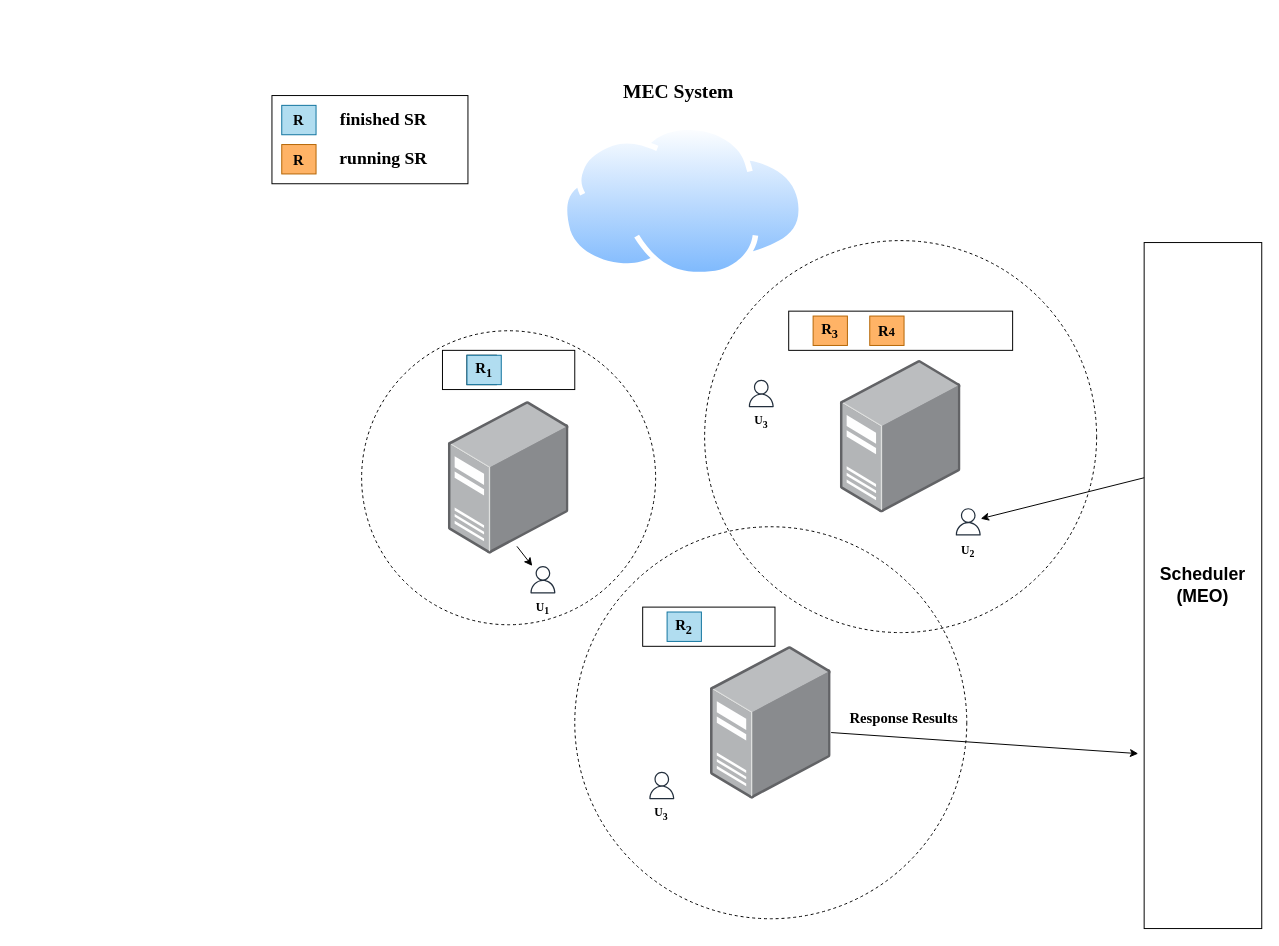
This is 未命名绘图.drawio from DCLe-DA/Learning-DL-by-Hand, a draw.io file, before an edit. Source tidied: cells renumbered, new cells numbered last; positions are measured from the earlier drawing's top-left corner, leaving out a move shared by most shapes. Both pictures are drawn from the tidied source at 98%, with x=0, y=0 at pixel (271, 36).
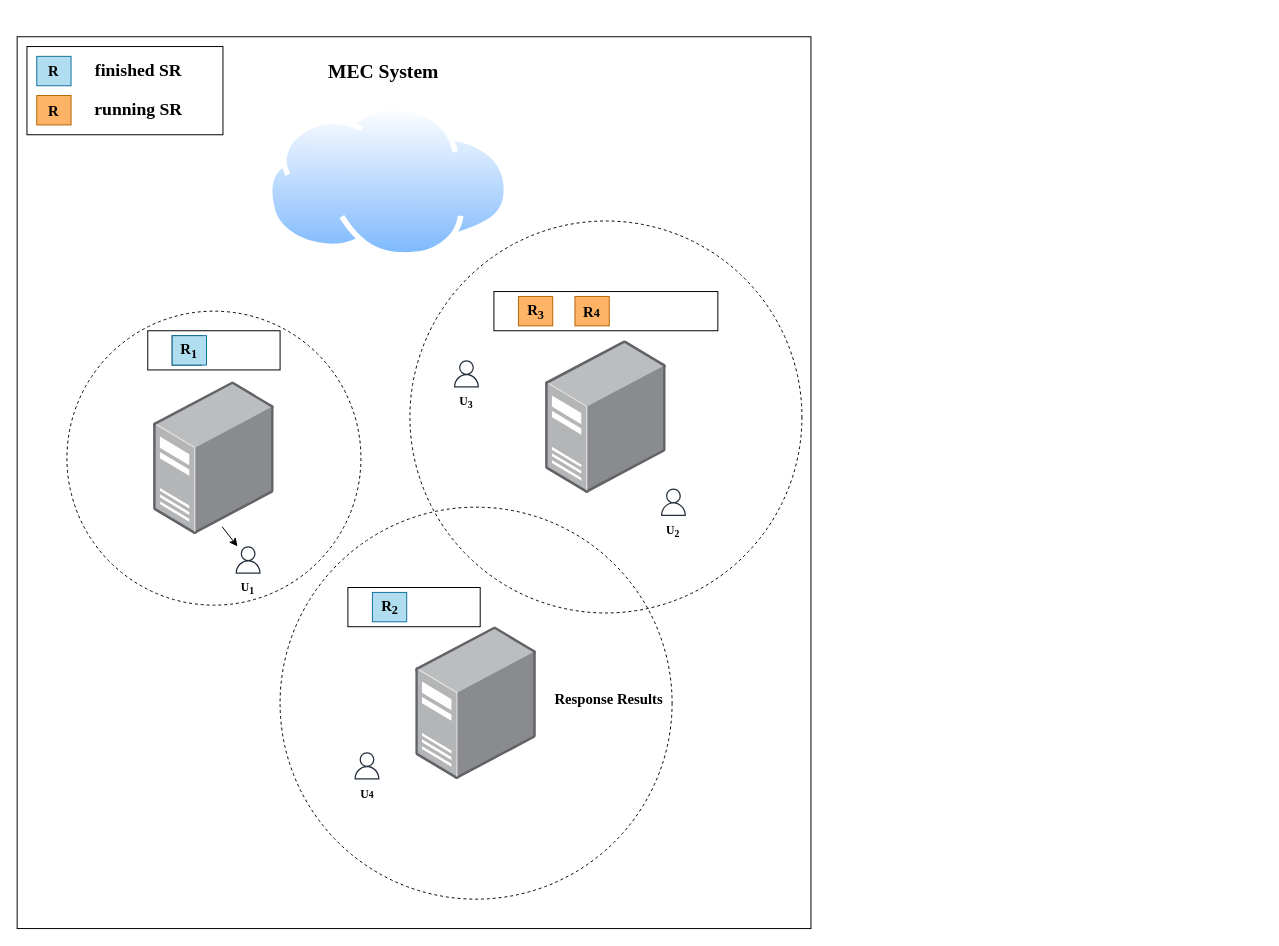
Above is the later version.

Commit message:
更新未命名绘图.drawio

Diff of the diagram source:
```diff
@@
-    <mxCell id="2" style="rounded=0;whiteSpace=wrap;html=1;" parent="1" vertex="1">
-      <mxGeometry y="60" width="200" height="90" as="geometry" />
-    </mxCell>
+    <mxCell id="36" style="group;" parent="1" vertex="1">
+      <mxGeometry x="-260" y="-20" width="810" height="930" as="geometry" />
+    </mxCell>
+    <mxCell id="37" style="rounded=0;whiteSpace=wrap;html=1;" parent="36" vertex="1">
+      <mxGeometry y="20" width="810" height="910" as="geometry" />
+    </mxCell>
-    <mxCell id="3" value="&lt;font size=&quot;1&quot; face=&quot;Times New Roman&quot; style=&quot;&quot;&gt;&lt;b style=&quot;font-size: 20px;&quot;&gt;MEC System&lt;/b&gt;&lt;/font&gt;" style="text;strokeColor=none;align=center;fillColor=none;html=1;verticalAlign=middle;whiteSpace=wrap;rounded=0;" parent="1" vertex="1">
-      <mxGeometry x="164.2" width="501.8" height="109.2" as="geometry" />
+    <mxCell id="3" value="&lt;font size=&quot;1&quot; face=&quot;Times New Roman&quot; style=&quot;&quot;&gt;&lt;b style=&quot;font-size: 20px;&quot;&gt;MEC System&lt;/b&gt;&lt;/font&gt;" style="text;strokeColor=none;align=center;fillColor=none;html=1;verticalAlign=middle;whiteSpace=wrap;rounded=0;" parent="36" vertex="1">
+      <mxGeometry x="123.4" width="501.8" height="109.2" as="geometry" />
     </mxCell>
-    <mxCell id="4" value="&lt;font style=&quot;font-size: 18px;&quot;&gt;&lt;b&gt;Scheduler&lt;/b&gt;&lt;/font&gt;&lt;div&gt;&lt;font style=&quot;font-size: 18px;&quot;&gt;&lt;b&gt;(MEO)&lt;/b&gt;&lt;/font&gt;&lt;/div&gt;" style="rounded=0;whiteSpace=wrap;html=1;" parent="1" vertex="1">
-      <mxGeometry x="890" y="210" width="120" height="700" as="geometry" />
-    </mxCell>
-    <mxCell id="5" style="endArrow=classic;html=1;rounded=0;" parent="1" edge="1" target="18">
-      <mxGeometry relative="1" as="geometry">
-        <mxPoint x="890" y="450" as="sourcePoint" />
-      </mxGeometry>
-    </mxCell>
-    <mxCell id="6" style="ellipse;whiteSpace=wrap;html=1;fillColor=none;dashed=1;" parent="1" vertex="1">
-      <mxGeometry x="441.5" y="208" width="400" height="400" as="geometry" />
+    <mxCell id="6" style="ellipse;whiteSpace=wrap;html=1;fillColor=none;dashed=1;" parent="36" vertex="1">
+      <mxGeometry x="400.8" y="208" width="400" height="400" as="geometry" />
     </mxCell>
-    <mxCell id="7" style="ellipse;whiteSpace=wrap;html=1;fillColor=none;dashed=1;" parent="1" vertex="1">
-      <mxGeometry x="309" y="500" width="400" height="400" as="geometry" />
+    <mxCell id="7" style="ellipse;whiteSpace=wrap;html=1;fillColor=none;dashed=1;" parent="36" vertex="1">
+      <mxGeometry x="268.3" y="500" width="400" height="400" as="geometry" />
     </mxCell>
-    <mxCell id="8" style="ellipse;whiteSpace=wrap;html=1;fillColor=none;dashed=1;" parent="1" vertex="1">
-      <mxGeometry x="91.5" y="300" width="300" height="300" as="geometry" />
+    <mxCell id="8" style="ellipse;whiteSpace=wrap;html=1;fillColor=none;dashed=1;" parent="36" vertex="1">
+      <mxGeometry x="50.8" y="300" width="300" height="300" as="geometry" />
     </mxCell>
-    <mxCell id="9" style="image;html=1;align=center;shadow=0;dashed=0;image=img/lib/allied_telesis/computer_and_terminals/Server_Desktop.svg;" parent="1" vertex="1">
-      <mxGeometry x="180" y="372" width="123.1" height="156" as="geometry" />
+    <mxCell id="9" style="image;html=1;align=center;shadow=0;dashed=0;image=img/lib/allied_telesis/computer_and_terminals/Server_Desktop.svg;" parent="36" vertex="1">
+      <mxGeometry x="139.2" y="372" width="123.1" height="156" as="geometry" />
     </mxCell>
-    <mxCell id="10" style="image;html=1;align=center;shadow=0;dashed=0;image=img/lib/allied_telesis/computer_and_terminals/Server_Desktop.svg;" parent="1" vertex="1">
-      <mxGeometry x="580" y="330" width="123.1" height="156" as="geometry" />
+    <mxCell id="10" style="image;html=1;align=center;shadow=0;dashed=0;image=img/lib/allied_telesis/computer_and_terminals/Server_Desktop.svg;" parent="36" vertex="1">
+      <mxGeometry x="539.2" y="330" width="123.1" height="156" as="geometry" />
     </mxCell>
-    <mxCell id="11" style="image;html=1;align=center;shadow=0;dashed=0;image=img/lib/allied_telesis/computer_and_terminals/Server_Desktop.svg;" parent="1" vertex="1">
-      <mxGeometry x="447.5" y="622" width="123.1" height="156" as="geometry" />
+    <mxCell id="11" style="image;html=1;align=center;shadow=0;dashed=0;image=img/lib/allied_telesis/computer_and_terminals/Server_Desktop.svg;" parent="36" vertex="1">
+      <mxGeometry x="406.7" y="622" width="123.1" height="156" as="geometry" />
     </mxCell>
-    <mxCell id="12" style="sketch=0;outlineConnect=0;fontColor=#232F3E;gradientColor=none;fillColor=#232F3D;strokeColor=none;dashed=0;verticalLabelPosition=bottom;verticalAlign=top;align=center;html=1;fontSize=12;fontStyle=0;shape=mxgraph.aws4.user;" parent="1" vertex="1">
-      <mxGeometry x="262.5" y="540" width="28" height="28" as="geometry" />
+    <mxCell id="12" style="sketch=0;outlineConnect=0;fontColor=#232F3E;gradientColor=none;fillColor=#232F3D;strokeColor=none;dashed=0;verticalLabelPosition=bottom;verticalAlign=top;align=center;html=1;fontSize=12;fontStyle=0;shape=mxgraph.aws4.user;" parent="36" vertex="1">
+      <mxGeometry x="221.7" y="540" width="28" height="28" as="geometry" />
     </mxCell>
-    <mxCell id="13" value="&lt;font face=&quot;Times New Roman&quot; style=&quot;font-size: 12px;&quot;&gt;&lt;b style=&quot;&quot;&gt;U&lt;sub&gt;1&lt;/sub&gt;&lt;/b&gt;&lt;/font&gt;" style="text;strokeColor=none;align=center;fillColor=none;html=1;verticalAlign=middle;whiteSpace=wrap;rounded=0;" parent="1" vertex="1">
-      <mxGeometry x="257" y="568" width="39" height="30" as="geometry" />
+    <mxCell id="13" value="&lt;font face=&quot;Times New Roman&quot; style=&quot;font-size: 12px;&quot;&gt;&lt;b style=&quot;&quot;&gt;U&lt;sub&gt;1&lt;/sub&gt;&lt;/b&gt;&lt;/font&gt;" style="text;strokeColor=none;align=center;fillColor=none;html=1;verticalAlign=middle;whiteSpace=wrap;rounded=0;" parent="36" vertex="1">
+      <mxGeometry x="216.2" y="568" width="39" height="30" as="geometry" />
     </mxCell>
-    <mxCell id="14" style="rounded=0;whiteSpace=wrap;html=1;" parent="1" vertex="1">
-      <mxGeometry x="174" y="320" width="135" height="40" as="geometry" />
+    <mxCell id="14" style="rounded=0;whiteSpace=wrap;html=1;" parent="36" vertex="1">
+      <mxGeometry x="133.3" y="320" width="135" height="40" as="geometry" />
     </mxCell>
-    <mxCell id="15" style="whiteSpace=wrap;html=1;" parent="1" vertex="1">
-      <mxGeometry x="199" y="325" width="30" height="30" as="geometry" />
+    <mxCell id="15" style="whiteSpace=wrap;html=1;" parent="36" vertex="1">
+      <mxGeometry x="158.2" y="325" width="30" height="30" as="geometry" />
     </mxCell>
-    <mxCell id="16" value="&lt;font size=&quot;1&quot; face=&quot;Times New Roman&quot; style=&quot;&quot;&gt;&lt;b style=&quot;font-size: 15px;&quot;&gt;R&lt;sub&gt;1&lt;/sub&gt;&lt;/b&gt;&lt;/font&gt;" style="text;strokeColor=#10739e;align=center;fillColor=#b1ddf0;html=1;verticalAlign=middle;whiteSpace=wrap;rounded=0;" parent="1" vertex="1">
-      <mxGeometry x="199" y="325" width="35" height="30" as="geometry" />
+    <mxCell id="16" value="&lt;font size=&quot;1&quot; face=&quot;Times New Roman&quot; style=&quot;&quot;&gt;&lt;b style=&quot;font-size: 15px;&quot;&gt;R&lt;sub&gt;1&lt;/sub&gt;&lt;/b&gt;&lt;/font&gt;" style="text;strokeColor=#10739e;align=center;fillColor=#b1ddf0;html=1;verticalAlign=middle;whiteSpace=wrap;rounded=0;" parent="36" vertex="1">
+      <mxGeometry x="158.2" y="325" width="35" height="30" as="geometry" />
     </mxCell>
-    <mxCell id="17" style="endArrow=classic;html=1;rounded=0;" parent="1" edge="1" target="12">
+    <mxCell id="17" style="endArrow=classic;html=1;rounded=0;" parent="36" edge="1" target="12">
       <mxGeometry relative="1" as="geometry">
-        <mxPoint x="250" y="520" as="sourcePoint" />
+        <mxPoint x="209.2" y="520" as="sourcePoint" />
       </mxGeometry>
     </mxCell>
-    <mxCell id="18" style="sketch=0;outlineConnect=0;fontColor=#232F3E;gradientColor=none;fillColor=#232F3D;strokeColor=none;dashed=0;verticalLabelPosition=bottom;verticalAlign=top;align=center;html=1;fontSize=12;fontStyle=0;shape=mxgraph.aws4.user;" parent="1" vertex="1">
-      <mxGeometry x="696.5" y="481" width="28" height="28" as="geometry" />
+    <mxCell id="18" style="sketch=0;outlineConnect=0;fontColor=#232F3E;gradientColor=none;fillColor=#232F3D;strokeColor=none;dashed=0;verticalLabelPosition=bottom;verticalAlign=top;align=center;html=1;fontSize=12;fontStyle=0;shape=mxgraph.aws4.user;" parent="36" vertex="1">
+      <mxGeometry x="655.7" y="481" width="28" height="28" as="geometry" />
     </mxCell>
-    <mxCell id="19" value="&lt;font face=&quot;Times New Roman&quot; style=&quot;font-size: 12px;&quot;&gt;&lt;b style=&quot;&quot;&gt;U&lt;sub&gt;2&lt;/sub&gt;&lt;/b&gt;&lt;/font&gt;" style="text;strokeColor=none;align=center;fillColor=none;html=1;verticalAlign=middle;whiteSpace=wrap;rounded=0;" parent="1" vertex="1">
-      <mxGeometry x="691" y="510" width="39" height="30" as="geometry" />
+    <mxCell id="19" value="&lt;font face=&quot;Times New Roman&quot; style=&quot;font-size: 12px;&quot;&gt;&lt;b style=&quot;&quot;&gt;U&lt;sub&gt;2&lt;/sub&gt;&lt;/b&gt;&lt;/font&gt;" style="text;strokeColor=none;align=center;fillColor=none;html=1;verticalAlign=middle;whiteSpace=wrap;rounded=0;" parent="36" vertex="1">
+      <mxGeometry x="650.2" y="510" width="39" height="30" as="geometry" />
     </mxCell>
-    <mxCell id="20" style="rounded=0;whiteSpace=wrap;html=1;" parent="1" vertex="1">
-      <mxGeometry x="378.3" y="582" width="135" height="40" as="geometry" />
+    <mxCell id="20" style="rounded=0;whiteSpace=wrap;html=1;" parent="36" vertex="1">
+      <mxGeometry x="337.5" y="582" width="135" height="40" as="geometry" />
     </mxCell>
-    <mxCell id="21" value="&lt;font size=&quot;1&quot; face=&quot;Times New Roman&quot; style=&quot;&quot;&gt;&lt;b style=&quot;font-size: 15px;&quot;&gt;R&lt;sub&gt;2&lt;/sub&gt;&lt;/b&gt;&lt;/font&gt;" style="text;strokeColor=#10739e;align=center;fillColor=#b1ddf0;html=1;verticalAlign=middle;whiteSpace=wrap;rounded=0;" parent="1" vertex="1">
-      <mxGeometry x="403.2" y="587" width="35" height="30" as="geometry" />
+    <mxCell id="21" value="&lt;font size=&quot;1&quot; face=&quot;Times New Roman&quot; style=&quot;&quot;&gt;&lt;b style=&quot;font-size: 15px;&quot;&gt;R&lt;sub&gt;2&lt;/sub&gt;&lt;/b&gt;&lt;/font&gt;" style="text;strokeColor=#10739e;align=center;fillColor=#b1ddf0;html=1;verticalAlign=middle;whiteSpace=wrap;rounded=0;" parent="36" vertex="1">
+      <mxGeometry x="362.5" y="587" width="35" height="30" as="geometry" />
     </mxCell>
-    <mxCell id="22" style="image;perimeter=ellipsePerimeter;html=1;align=center;shadow=0;dashed=0;spacingTop=3;image=img/lib/active_directory/internet_cloud.svg;" parent="1" vertex="1">
-      <mxGeometry x="296" y="90" width="247.6" height="156" as="geometry" />
+    <mxCell id="22" style="image;perimeter=ellipsePerimeter;html=1;align=center;shadow=0;dashed=0;spacingTop=3;image=img/lib/active_directory/internet_cloud.svg;" parent="36" vertex="1">
+      <mxGeometry x="255.2" y="90" width="247.6" height="156" as="geometry" />
     </mxCell>
-    <mxCell id="23" style="endArrow=classic;html=1;rounded=0;entryX=-0.05;entryY=0.745;entryDx=0;entryDy=0;entryPerimeter=0;" parent="1" edge="1" target="4">
-      <mxGeometry relative="1" as="geometry">
-        <mxPoint x="570.6" y="710" as="sourcePoint" />
-      </mxGeometry>
-    </mxCell>
-    <mxCell id="24" value="&lt;font size=&quot;1&quot; face=&quot;Times New Roman&quot;&gt;&lt;b style=&quot;font-size: 15px;&quot;&gt;Response Results&lt;/b&gt;&lt;/font&gt;" style="text;strokeColor=none;align=center;fillColor=none;html=1;verticalAlign=middle;whiteSpace=wrap;rounded=0;rotation=0;" parent="1" vertex="1">
-      <mxGeometry x="580" y="680" width="130" height="30" as="geometry" />
+    <mxCell id="24" value="&lt;font size=&quot;1&quot; face=&quot;Times New Roman&quot;&gt;&lt;b style=&quot;font-size: 15px;&quot;&gt;Response Results&lt;/b&gt;&lt;/font&gt;" style="text;strokeColor=none;align=center;fillColor=none;html=1;verticalAlign=middle;whiteSpace=wrap;rounded=0;rotation=0;" parent="36" vertex="1">
+      <mxGeometry x="539.2" y="680" width="130" height="30" as="geometry" />
     </mxCell>
-    <mxCell id="25" style="rounded=0;whiteSpace=wrap;html=1;" parent="1" vertex="1">
-      <mxGeometry x="527.3" y="280" width="228.5" height="40" as="geometry" />
+    <mxCell id="25" style="rounded=0;whiteSpace=wrap;html=1;" parent="36" vertex="1">
+      <mxGeometry x="486.5" y="280" width="228.5" height="40" as="geometry" />
     </mxCell>
-    <mxCell id="26" value="&lt;font size=&quot;1&quot; face=&quot;Times New Roman&quot; style=&quot;&quot;&gt;&lt;b style=&quot;font-size: 15px;&quot;&gt;R&lt;sub&gt;3&lt;/sub&gt;&lt;/b&gt;&lt;/font&gt;" style="text;strokeColor=#b46504;align=center;fillColor=#FFB366;html=1;verticalAlign=middle;whiteSpace=wrap;rounded=0;" parent="1" vertex="1">
-      <mxGeometry x="552.2" y="285" width="35" height="30" as="geometry" />
+    <mxCell id="26" value="&lt;font size=&quot;1&quot; face=&quot;Times New Roman&quot; style=&quot;&quot;&gt;&lt;b style=&quot;font-size: 15px;&quot;&gt;R&lt;sub&gt;3&lt;/sub&gt;&lt;/b&gt;&lt;/font&gt;" style="text;strokeColor=#b46504;align=center;fillColor=#FFB366;html=1;verticalAlign=middle;whiteSpace=wrap;rounded=0;" parent="36" vertex="1">
+      <mxGeometry x="511.5" y="285" width="35" height="30" as="geometry" />
     </mxCell>
-    <mxCell id="27" value="&lt;font face=&quot;Times New Roman&quot; style=&quot;&quot;&gt;&lt;b style=&quot;font-size: 15px;&quot;&gt;R&lt;/b&gt;&lt;b style=&quot;font-size: 12.5px;&quot;&gt;4&lt;/b&gt;&lt;/font&gt;" style="text;strokeColor=#b46504;align=center;fillColor=#FFB366;html=1;verticalAlign=middle;whiteSpace=wrap;rounded=0;" parent="1" vertex="1">
-      <mxGeometry x="610" y="285" width="35" height="30" as="geometry" />
+    <mxCell id="27" value="&lt;font face=&quot;Times New Roman&quot; style=&quot;&quot;&gt;&lt;b style=&quot;font-size: 15px;&quot;&gt;R&lt;/b&gt;&lt;b style=&quot;font-size: 12.5px;&quot;&gt;4&lt;/b&gt;&lt;/font&gt;" style="text;strokeColor=#b46504;align=center;fillColor=#FFB366;html=1;verticalAlign=middle;whiteSpace=wrap;rounded=0;" parent="36" vertex="1">
+      <mxGeometry x="569.2" y="285" width="35" height="30" as="geometry" />
     </mxCell>
-    <mxCell id="28" style="sketch=0;fontColor=#232F3E;gradientColor=none;fillColor=#232F3D;strokeColor=none;dashed=0;verticalLabelPosition=bottom;verticalAlign=top;align=center;html=1;fontSize=12;fontStyle=0;shape=mxgraph.aws4.user;" parent="1" vertex="1">
-      <mxGeometry x="485.3" y="350" width="28" height="28" as="geometry" />
+    <mxCell id="28" style="sketch=0;fontColor=#232F3E;gradientColor=none;fillColor=#232F3D;strokeColor=none;dashed=0;verticalLabelPosition=bottom;verticalAlign=top;align=center;html=1;fontSize=12;fontStyle=0;shape=mxgraph.aws4.user;" parent="36" vertex="1">
+      <mxGeometry x="444.5" y="350" width="28" height="28" as="geometry" />
     </mxCell>
-    <mxCell id="29" value="&lt;font face=&quot;Times New Roman&quot; style=&quot;font-size: 12px;&quot;&gt;&lt;b style=&quot;&quot;&gt;U&lt;sub&gt;3&lt;/sub&gt;&lt;/b&gt;&lt;/font&gt;" style="text;strokeColor=none;align=center;fillColor=none;html=1;verticalAlign=middle;whiteSpace=wrap;rounded=0;" parent="1" vertex="1">
-      <mxGeometry x="479.8" y="378" width="39" height="30" as="geometry" />
+    <mxCell id="29" value="&lt;font face=&quot;Times New Roman&quot; style=&quot;font-size: 12px;&quot;&gt;&lt;b style=&quot;&quot;&gt;U&lt;sub&gt;3&lt;/sub&gt;&lt;/b&gt;&lt;/font&gt;" style="text;strokeColor=none;align=center;fillColor=none;html=1;verticalAlign=middle;whiteSpace=wrap;rounded=0;" parent="36" vertex="1">
+      <mxGeometry x="439" y="378" width="39" height="30" as="geometry" />
     </mxCell>
-    <mxCell id="30" style="sketch=0;fontColor=#232F3E;gradientColor=none;fillColor=#232F3D;strokeColor=none;dashed=0;verticalLabelPosition=bottom;verticalAlign=top;align=center;html=1;fontSize=12;fontStyle=0;shape=mxgraph.aws4.user;" parent="1" vertex="1">
-      <mxGeometry x="383.8" y="750" width="28" height="28" as="geometry" />
+    <mxCell id="30" style="sketch=0;fontColor=#232F3E;gradientColor=none;fillColor=#232F3D;strokeColor=none;dashed=0;verticalLabelPosition=bottom;verticalAlign=top;align=center;html=1;fontSize=12;fontStyle=0;shape=mxgraph.aws4.user;" parent="36" vertex="1">
+      <mxGeometry x="343" y="750" width="28" height="28" as="geometry" />
     </mxCell>
-    <mxCell id="31" value="&lt;font face=&quot;Times New Roman&quot; style=&quot;font-size: 12px;&quot;&gt;&lt;b style=&quot;&quot;&gt;U&lt;sub&gt;3&lt;/sub&gt;&lt;/b&gt;&lt;/font&gt;" style="text;strokeColor=none;align=center;fillColor=none;html=1;verticalAlign=middle;whiteSpace=wrap;rounded=0;" parent="1" vertex="1">
-      <mxGeometry x="378.3" y="778" width="39" height="30" as="geometry" />
+    <mxCell id="31" value="&lt;font face=&quot;Times New Roman&quot; style=&quot;&quot;&gt;&lt;b style=&quot;&quot;&gt;U&lt;span style=&quot;font-size: 10px;&quot;&gt;4&lt;/span&gt;&lt;/b&gt;&lt;/font&gt;" style="text;strokeColor=none;align=center;fillColor=none;html=1;verticalAlign=middle;whiteSpace=wrap;rounded=0;" parent="36" vertex="1">
+      <mxGeometry x="337.5" y="778" width="39" height="30" as="geometry" />
     </mxCell>
+    <mxCell id="38" style="group;" parent="36" vertex="1">
+      <mxGeometry x="10" y="30" width="200" height="90" as="geometry" />
+    </mxCell>
+    <mxCell id="2" style="rounded=0;whiteSpace=wrap;html=1;" parent="38" vertex="1">
+      <mxGeometry width="200" height="90" as="geometry" />
+    </mxCell>
-    <mxCell id="32" value="&lt;font size=&quot;1&quot; face=&quot;Times New Roman&quot; style=&quot;&quot;&gt;&lt;b style=&quot;font-size: 15px;&quot;&gt;R&lt;/b&gt;&lt;/font&gt;" style="text;strokeColor=#10739e;align=center;fillColor=#b1ddf0;html=1;verticalAlign=middle;whiteSpace=wrap;rounded=0;" parent="1" vertex="1">
-      <mxGeometry x="10" y="70" width="35" height="30" as="geometry" />
+    <mxCell id="32" value="&lt;font size=&quot;1&quot; face=&quot;Times New Roman&quot; style=&quot;&quot;&gt;&lt;b style=&quot;font-size: 15px;&quot;&gt;R&lt;/b&gt;&lt;/font&gt;" style="text;strokeColor=#10739e;align=center;fillColor=#b1ddf0;html=1;verticalAlign=middle;whiteSpace=wrap;rounded=0;" parent="38" vertex="1">
+      <mxGeometry x="10" y="10" width="35" height="30" as="geometry" />
     </mxCell>
-    <mxCell id="33" value="&lt;font size=&quot;1&quot; face=&quot;Times New Roman&quot; style=&quot;&quot;&gt;&lt;b style=&quot;font-size: 15px;&quot;&gt;R&lt;/b&gt;&lt;/font&gt;" style="text;strokeColor=#b46504;align=center;fillColor=#FFB366;html=1;verticalAlign=middle;whiteSpace=wrap;rounded=0;" parent="1" vertex="1">
-      <mxGeometry x="10" y="110" width="35" height="30" as="geometry" />
+    <mxCell id="33" value="&lt;font size=&quot;1&quot; face=&quot;Times New Roman&quot; style=&quot;&quot;&gt;&lt;b style=&quot;font-size: 15px;&quot;&gt;R&lt;/b&gt;&lt;/font&gt;" style="text;strokeColor=#b46504;align=center;fillColor=#FFB366;html=1;verticalAlign=middle;whiteSpace=wrap;rounded=0;" parent="38" vertex="1">
+      <mxGeometry x="10" y="50" width="35" height="30" as="geometry" />
     </mxCell>
-    <mxCell id="34" value="&lt;font size=&quot;1&quot; face=&quot;Times New Roman&quot;&gt;&lt;b style=&quot;font-size: 18px;&quot;&gt;finished SR&lt;/b&gt;&lt;/font&gt;" style="text;strokeColor=none;align=center;fillColor=none;html=1;verticalAlign=middle;whiteSpace=wrap;rounded=0;" parent="1" vertex="1">
-      <mxGeometry x="54" y="70" width="120" height="30" as="geometry" />
+    <mxCell id="34" value="&lt;font size=&quot;1&quot; face=&quot;Times New Roman&quot;&gt;&lt;b style=&quot;font-size: 18px;&quot;&gt;finished SR&lt;/b&gt;&lt;/font&gt;" style="text;strokeColor=none;align=center;fillColor=none;html=1;verticalAlign=middle;whiteSpace=wrap;rounded=0;" parent="38" vertex="1">
+      <mxGeometry x="54" y="10" width="120" height="30" as="geometry" />
     </mxCell>
-    <mxCell id="35" value="&lt;font size=&quot;1&quot; face=&quot;Times New Roman&quot;&gt;&lt;b style=&quot;font-size: 18px;&quot;&gt;running SR&lt;/b&gt;&lt;/font&gt;" style="text;strokeColor=none;align=center;fillColor=none;html=1;verticalAlign=middle;whiteSpace=wrap;rounded=0;" parent="1" vertex="1">
-      <mxGeometry x="54" y="109.2" width="120" height="30" as="geometry" />
+    <mxCell id="35" value="&lt;font size=&quot;1&quot; face=&quot;Times New Roman&quot;&gt;&lt;b style=&quot;font-size: 18px;&quot;&gt;running SR&lt;/b&gt;&lt;/font&gt;" style="text;strokeColor=none;align=center;fillColor=none;html=1;verticalAlign=middle;whiteSpace=wrap;rounded=0;" parent="38" vertex="1">
+      <mxGeometry x="54" y="49.2" width="120" height="30" as="geometry" />
     </mxCell>
```
